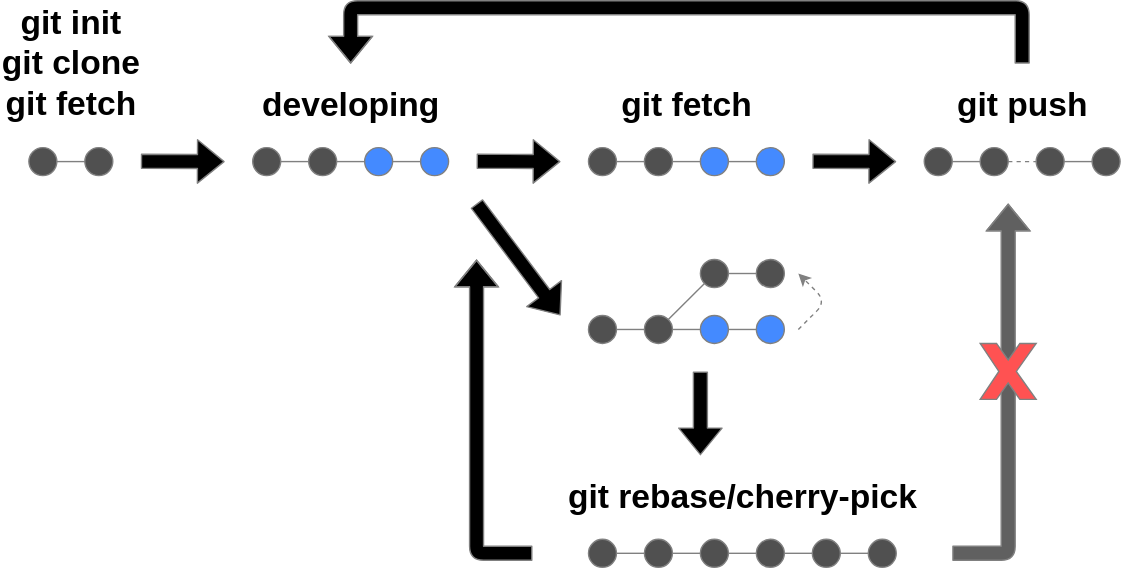
Above: image/main/dev_with_rebase.drawio.svg in hsl536/practice_of_git (draw.io), before the change. Source tidied: cells renumbered, new cells last; positions are measured from the earlier drawing's top-left corner, leaving out a move shared by most shapes.
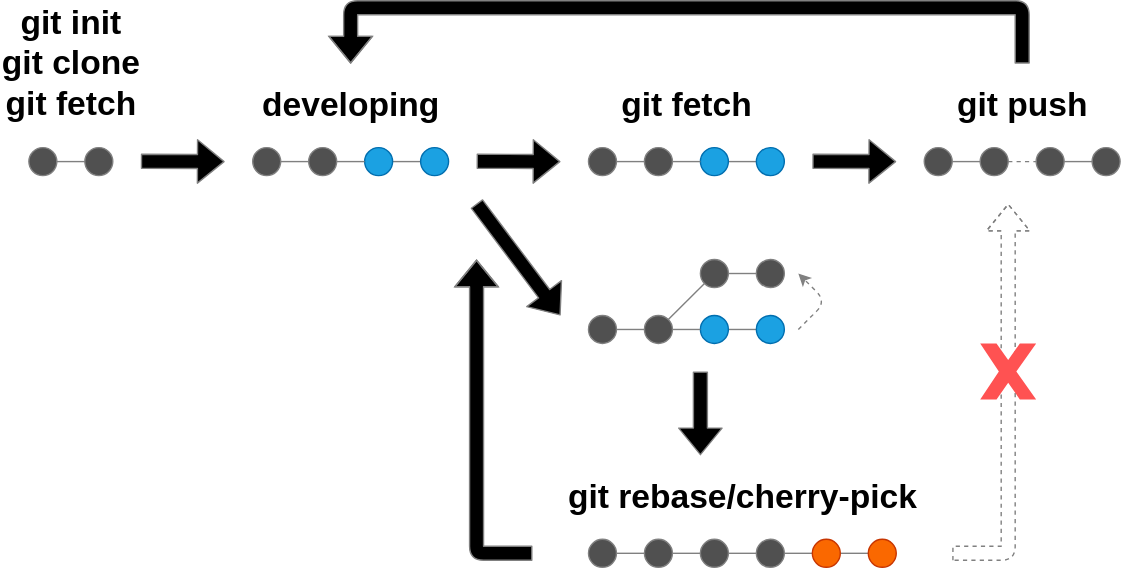
After the commit.

What changed in the source:
```diff
@@ -2,7 +2,7 @@
   <root>
     <mxCell id="0" />
     <mxCell id="1" parent="0" />
-    <mxCell id="2" style="shape=flexArrow;endArrow=classic;html=1;strokeColor=#808080;fillColor=#606060;startArrow=none;" parent="1" edge="1">
+    <mxCell id="2" style="shape=flexArrow;endArrow=classic;html=1;strokeColor=#808080;fillColor=none;startArrow=none;dashed=1;" parent="1" edge="1">
       <mxGeometry relative="1" as="geometry">
         <mxPoint x="680" y="390" as="sourcePoint" />
         <mxPoint x="720" y="140" as="targetPoint" />
@@ -23,10 +23,10 @@
     <mxCell id="6" style="edgeStyle=none;html=1;strokeColor=#808080;rounded=0;endArrow=none;endFill=0;" parent="1" edge="1" source="7" target="8">
       <mxGeometry relative="1" as="geometry" />
     </mxCell>
-    <mxCell id="7" style="ellipse;whiteSpace=wrap;html=1;fillColor=#448aff;strokeColor=#808080;" parent="1" vertex="1">
+    <mxCell id="7" style="ellipse;whiteSpace=wrap;html=1;fillColor=#1ba1e2;strokeColor=#006EAF;fontColor=#ffffff;" parent="1" vertex="1">
       <mxGeometry x="260" y="100" width="20" height="20" as="geometry" />
     </mxCell>
-    <mxCell id="8" style="ellipse;whiteSpace=wrap;html=1;fillColor=#448aff;strokeColor=#808080;" parent="1" vertex="1">
+    <mxCell id="8" style="ellipse;whiteSpace=wrap;html=1;fillColor=#1ba1e2;strokeColor=#006EAF;fontColor=#ffffff;" parent="1" vertex="1">
       <mxGeometry x="300" y="100" width="20" height="20" as="geometry" />
     </mxCell>
     <mxCell id="9" style="edgeStyle=none;html=1;strokeColor=#808080;rounded=0;endArrow=none;endFill=0;" parent="1" edge="1" source="10" target="12">
@@ -56,10 +56,10 @@
     <mxCell id="16" style="edgeStyle=none;html=1;strokeColor=#808080;rounded=0;endArrow=none;endFill=0;" parent="1" edge="1" source="17" target="18">
       <mxGeometry relative="1" as="geometry" />
     </mxCell>
-    <mxCell id="17" style="ellipse;whiteSpace=wrap;html=1;fillColor=#448aff;strokeColor=#808080;" parent="1" vertex="1">
+    <mxCell id="17" style="ellipse;whiteSpace=wrap;html=1;fillColor=#1ba1e2;strokeColor=#006EAF;fontColor=#ffffff;" parent="1" vertex="1">
       <mxGeometry x="500" y="100" width="20" height="20" as="geometry" />
     </mxCell>
-    <mxCell id="18" style="ellipse;whiteSpace=wrap;html=1;fillColor=#448aff;strokeColor=#808080;" parent="1" vertex="1">
+    <mxCell id="18" style="ellipse;whiteSpace=wrap;html=1;fillColor=#1ba1e2;strokeColor=#006EAF;fontColor=#ffffff;" parent="1" vertex="1">
       <mxGeometry x="540" y="100" width="20" height="20" as="geometry" />
     </mxCell>
     <mxCell id="19" style="edgeStyle=none;html=1;strokeColor=#808080;rounded=0;endArrow=none;endFill=0;" parent="1" edge="1" source="20" target="22">
@@ -116,10 +116,10 @@
     <mxCell id="34" style="edgeStyle=none;html=1;strokeColor=#808080;rounded=0;endArrow=none;endFill=0;" parent="1" edge="1" source="35" target="36">
       <mxGeometry relative="1" as="geometry" />
     </mxCell>
-    <mxCell id="35" style="ellipse;whiteSpace=wrap;html=1;fillColor=#448aff;strokeColor=#808080;" parent="1" vertex="1">
+    <mxCell id="35" style="ellipse;whiteSpace=wrap;html=1;fillColor=#1ba1e2;strokeColor=#006EAF;fontColor=#ffffff;" parent="1" vertex="1">
       <mxGeometry x="500" y="220" width="20" height="20" as="geometry" />
     </mxCell>
-    <mxCell id="36" style="ellipse;whiteSpace=wrap;html=1;fillColor=#448aff;strokeColor=#808080;" parent="1" vertex="1">
+    <mxCell id="36" style="ellipse;whiteSpace=wrap;html=1;fillColor=#1ba1e2;strokeColor=#006EAF;fontColor=#ffffff;" parent="1" vertex="1">
       <mxGeometry x="540" y="220" width="20" height="20" as="geometry" />
     </mxCell>
     <mxCell id="37" style="edgeStyle=none;html=1;strokeColor=#808080;rounded=0;endArrow=none;endFill=0;" parent="1" edge="1" source="38" target="41">
@@ -183,10 +183,10 @@
     <mxCell id="54" style="edgeStyle=none;html=1;strokeColor=#808080;rounded=0;endArrow=none;endFill=0;" parent="1" edge="1" source="55" target="56">
       <mxGeometry relative="1" as="geometry" />
     </mxCell>
-    <mxCell id="55" style="ellipse;whiteSpace=wrap;html=1;fillColor=#505050;strokeColor=#808080;" parent="1" vertex="1">
+    <mxCell id="55" style="ellipse;whiteSpace=wrap;html=1;fillColor=#fa6800;strokeColor=#C73500;fontColor=#000000;" parent="1" vertex="1">
       <mxGeometry x="580" y="380" width="20" height="20" as="geometry" />
     </mxCell>
-    <mxCell id="56" style="ellipse;whiteSpace=wrap;html=1;fillColor=#505050;strokeColor=#808080;" parent="1" vertex="1">
+    <mxCell id="56" style="ellipse;whiteSpace=wrap;html=1;fillColor=#fa6800;strokeColor=#C73500;fontColor=#000000;" parent="1" vertex="1">
       <mxGeometry x="620" y="380" width="20" height="20" as="geometry" />
     </mxCell>
     <mxCell id="57" style="endArrow=classic;html=1;strokeColor=#808080;fillColor=#0;dashed=1;" parent="1" edge="1">
@@ -226,7 +226,7 @@
         </Array>
       </mxGeometry>
     </mxCell>
-    <mxCell id="62" style="verticalLabelPosition=bottom;verticalAlign=top;html=1;shape=mxgraph.basic.x;strokeColor=#808080;fillColor=#ff5252;" parent="1" vertex="1">
+    <mxCell id="62" style="verticalLabelPosition=bottom;verticalAlign=top;html=1;shape=mxgraph.basic.x;strokeColor=none;fillColor=#ff5252;" parent="1" vertex="1">
       <mxGeometry x="700" y="240" width="40" height="40" as="geometry" />
     </mxCell>
   </root>
```
